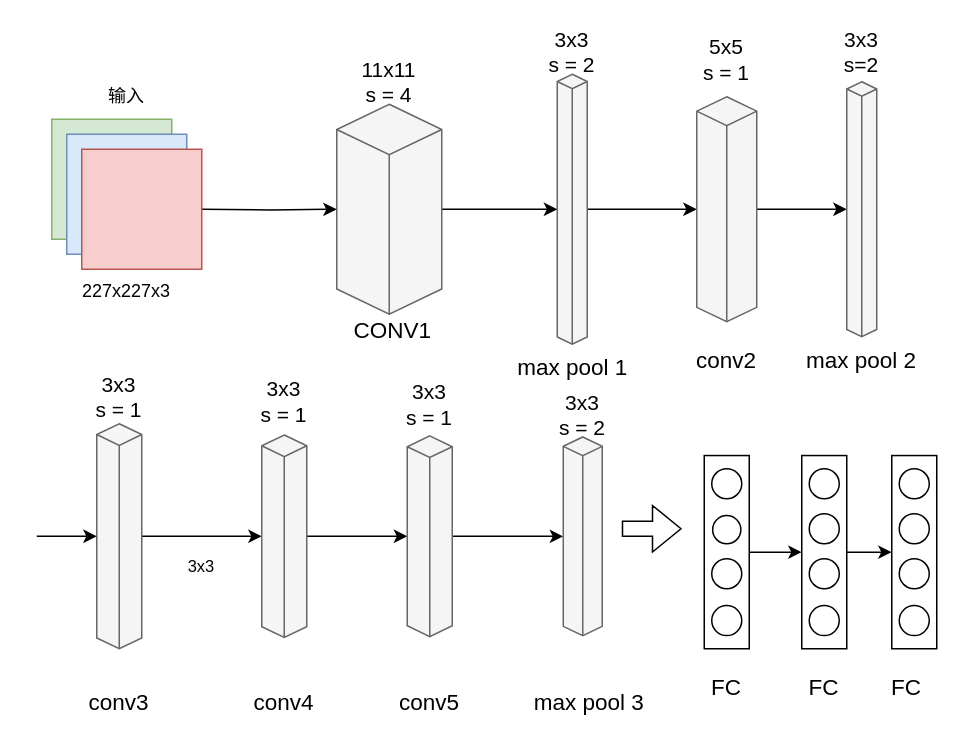
The draw.io diagram Untitled Diagram.drawio in PTRRT/basic_template, before the edit. Source tidied: cells renumbered, new cells numbered last; positions are measured from the earlier drawing's top-left corner, leaving out a move shared by most shapes. Both pictures are drawn from the tidied source at 150%, with x=0, y=0 at pixel (36, 28).
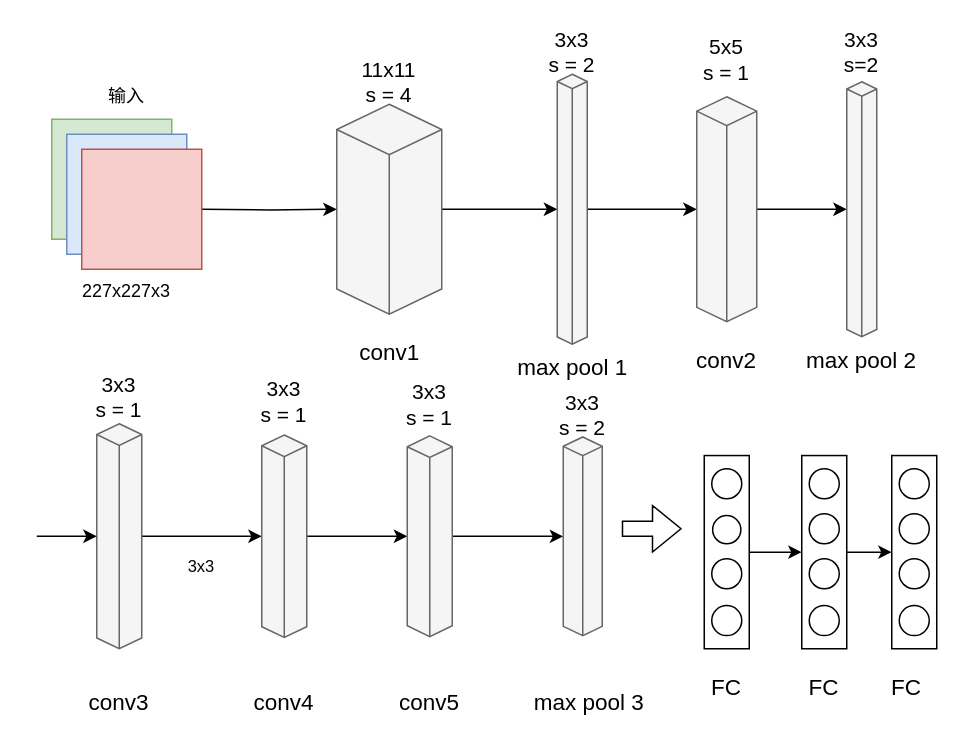
After the change.

What changed in the source:
```diff
@@
-    <mxCell id="15" value="&lt;font style=&quot;font-size: 15px&quot;&gt;CONV1&lt;/font&gt;" style="text;html=1;strokeColor=none;fillColor=none;align=center;verticalAlign=middle;whiteSpace=wrap;rounded=0;" parent="1" vertex="1">
-      <mxGeometry x="210" y="190" width="55" height="20" as="geometry" />
+    <mxCell id="15" value="&lt;font style=&quot;font-size: 15px;&quot;&gt;conv1&lt;/font&gt;" style="text;html=1;strokeColor=none;fillColor=none;align=center;verticalAlign=middle;whiteSpace=wrap;rounded=0;" parent="1" vertex="1">
+      <mxGeometry x="207.5" y="205" width="55" height="20" as="geometry" />
     </mxCell>
```
